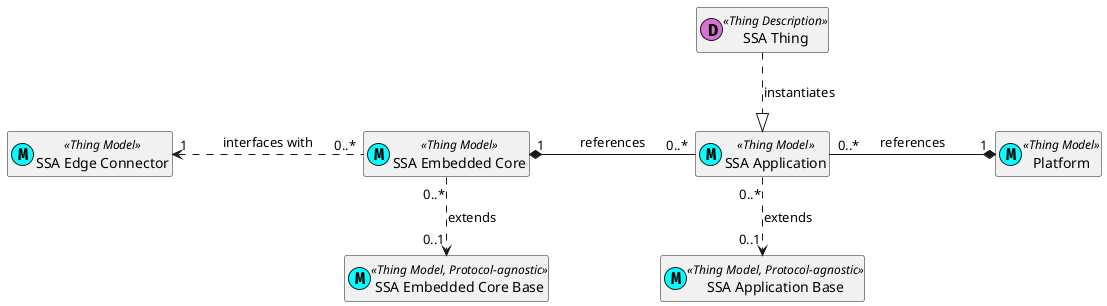
les2feup/CityLink keeps this PlantUML diagram as uml/tm_relations.png. Above is the earlier version.
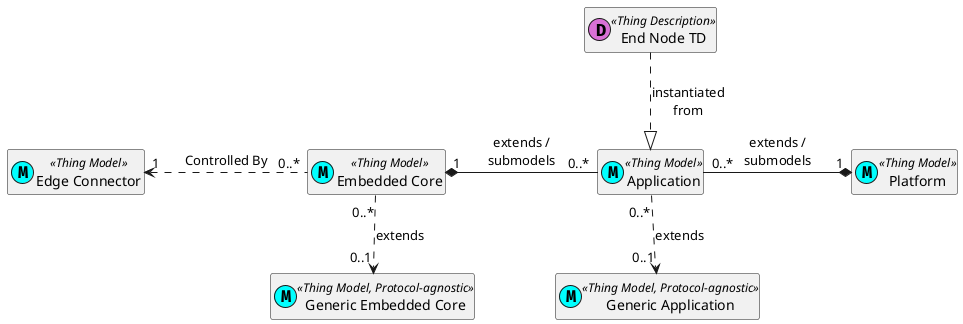
Above is the later version.

What changed in the source:
```diff
@@ -1,30 +1,30 @@
 @startuml
 
-skinparam nodesep 100
+skinparam nodesep 80
 
-class "SSA Thing" as ssat << (D, orchid) Thing Description >>
+class "End Node TD" as ssat << (D, orchid) Thing Description >>
 
-class "SSA Application Base" as abtm  << (M, cyan) Thing Model, Protocol-agnostic >>
+class "Generic Application" as abtm  << (M, cyan) Thing Model, Protocol-agnostic >>
 
-class "SSA Application" as atm << (M, cyan) Thing Model >>
+class "Application" as atm << (M, cyan) Thing Model >>
 
-class "SSA Embedded Core Base" as rbtm << (M, cyan) Thing Model, Protocol-agnostic >>
+class "Generic Embedded Core" as rbtm << (M, cyan) Thing Model, Protocol-agnostic >>
 
-class "SSA Embedded Core" as rtm << (M, cyan) Thing Model >>
+class "Embedded Core" as rtm << (M, cyan) Thing Model >>
 
 class "Platform" as ptm << (M, cyan) Thing Model >>
 
-class "SSA Edge Connector" as ectm << (M, cyan) Thing Model >>
+class "Edge Connector" as ectm << (M, cyan) Thing Model >>
 
-ssat ..|> atm : instantiates
+ssat ..|> atm : instantiated\nfrom
 atm "0..*"..> "0..1" abtm : extends
 
-atm "0..*" -right--* "1" ptm : references
-atm "0..*" -left--* "1" rtm : references
+atm "0..*" -right--* "1" ptm : extends /\nsubmodels
+atm "0..*" -left--* "1" rtm : extends /\nsubmodels
 
 rtm "0..*" ..> "0..1"rbtm : extends
 
-rtm "0..*" -left..> "1" ectm : interfaces with
+rtm "0..*" -left..> "1" ectm : Controlled By
 
 hide empty members
 
```
